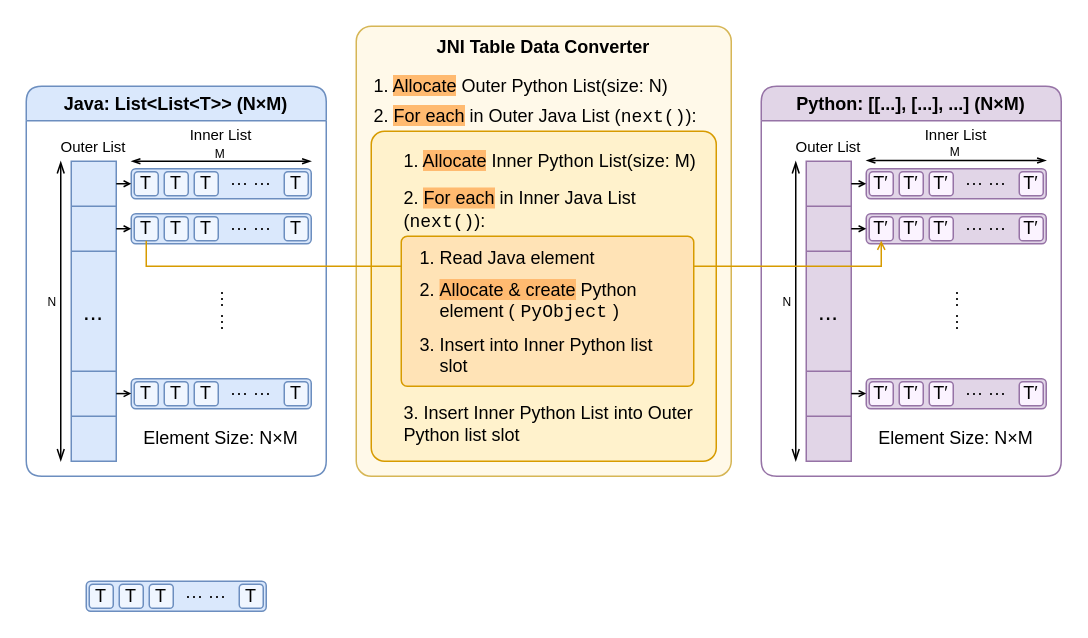
This is page "old-java-python-jni" (3 of 14) of grad.drawio from shinyano/drawio, a draw.io file, before an edit. Source tidied: cells renumbered, new cells numbered last; positions are measured from the earlier drawing's top-left corner, leaving out a move shared by most shapes. Both pictures are drawn from the tidied source at 150%, with x=0, y=0 at pixel (26, 26).
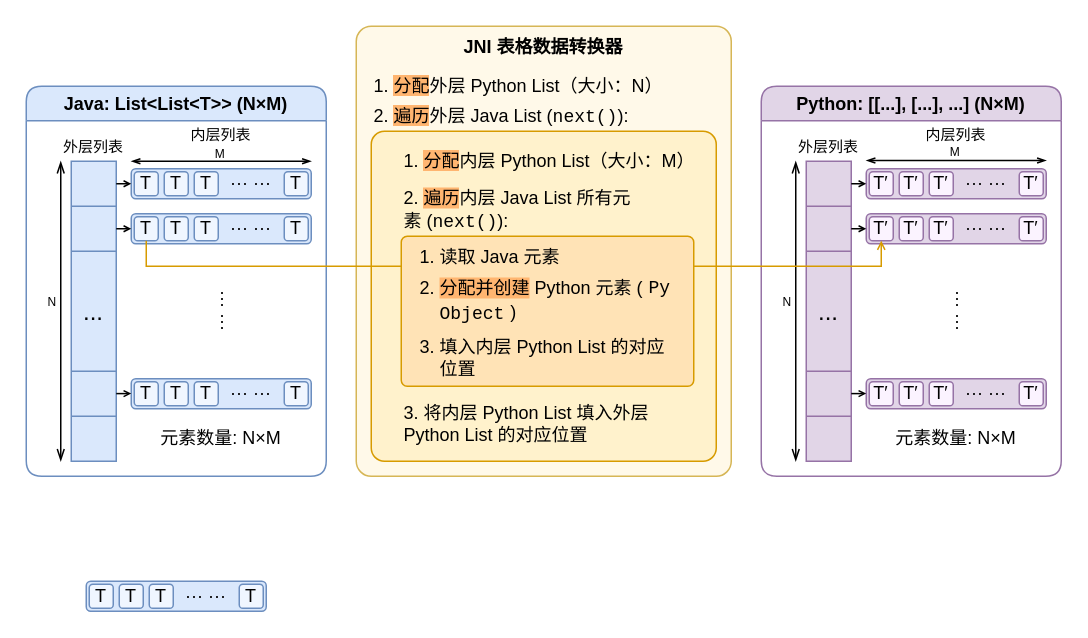
The same diagram, later.

Unchanged cells that the change refers to:
```xml
<mxCell id="3" value="Java: List&amp;lt;List&amp;lt;T&amp;gt;&amp;gt; (N×M)" style="swimlane;whiteSpace=wrap;html=1;rounded=1;fillColor=#dae8fc;strokeColor=#6c8ebf;shadow=0;glass=0;gradientColor=none;swimlaneFillColor=default;fontFamily=Helvetica;" parent="1" vertex="1">
  <mxGeometry y="40" width="200" height="260" as="geometry" />
</mxCell>
<mxCell id="54" value="Python: [[...], [...], ...] (N×M)" style="swimlane;whiteSpace=wrap;html=1;rounded=1;fillColor=#e1d5e7;strokeColor=#9673a6;shadow=0;glass=0;swimlaneFillColor=default;fontFamily=Helvetica;" parent="1" vertex="1">
  <mxGeometry x="490" y="40" width="200" height="260" as="geometry" />
</mxCell>
```

Change to the diagram source:
```diff
@@
-    <mxCell id="2" value="JNI Table Data Converter" style="rounded=1;whiteSpace=wrap;html=1;arcSize=4;verticalAlign=top;fontStyle=1;fillColor=#FFF9E9;strokeColor=#d6b656;align=center;fontFamily=Helvetica;fontSize=12;fontColor=default;" parent="1" vertex="1">
+    <mxCell id="2" value="JNI 表格数据转换器" style="rounded=1;whiteSpace=wrap;html=1;arcSize=4;verticalAlign=top;fontStyle=1;fillColor=#FFF9E9;strokeColor=#d6b656;align=center;fontFamily=Helvetica;fontSize=12;fontColor=default;" parent="1" vertex="1">
       <mxGeometry x="220" width="250" height="300" as="geometry" />
     </mxCell>
@@
-    <mxCell id="17" value="Outer List" style="text;html=1;whiteSpace=wrap;strokeColor=none;fillColor=none;align=center;verticalAlign=middle;rounded=0;fontSize=10;fontFamily=Helvetica;" parent="3" vertex="1">
+    <mxCell id="17" value="外层列表" style="text;html=1;whiteSpace=wrap;strokeColor=none;fillColor=none;align=center;verticalAlign=middle;rounded=0;fontSize=10;fontFamily=Helvetica;" parent="3" vertex="1">
       <mxGeometry x="20" y="30" width="50" height="20" as="geometry" />
     </mxCell>
@@
-    <mxCell id="42" value="Inner List" style="text;html=1;whiteSpace=wrap;strokeColor=none;fillColor=none;align=center;verticalAlign=middle;rounded=0;fontSize=10;" parent="3" vertex="1">
+    <mxCell id="42" value="内层列表" style="text;html=1;whiteSpace=wrap;strokeColor=none;fillColor=none;align=center;verticalAlign=middle;rounded=0;fontSize=10;" parent="3" vertex="1">
       <mxGeometry x="105" y="22" width="50" height="20" as="geometry" />
     </mxCell>
@@
-    <mxCell id="44" value="Element Size: N×M" style="text;html=1;whiteSpace=wrap;strokeColor=none;fillColor=none;align=center;verticalAlign=middle;rounded=0;" parent="3" vertex="1">
+    <mxCell id="44" value="元素数量: N×M" style="text;html=1;whiteSpace=wrap;strokeColor=none;fillColor=none;align=center;verticalAlign=middle;rounded=0;" parent="3" vertex="1">
       <mxGeometry x="60" y="220" width="140" height="30" as="geometry" />
     </mxCell>
@@
-    <mxCell id="68" value="Outer List" style="text;html=1;whiteSpace=wrap;strokeColor=none;fillColor=none;align=center;verticalAlign=middle;rounded=0;fontSize=10;fontFamily=Helvetica;" parent="54" vertex="1">
+    <mxCell id="68" value="外层列表" style="text;html=1;whiteSpace=wrap;strokeColor=none;fillColor=none;align=center;verticalAlign=middle;rounded=0;fontSize=10;fontFamily=Helvetica;" parent="54" vertex="1">
       <mxGeometry x="20" y="30" width="50" height="20" as="geometry" />
     </mxCell>
@@
-    <mxCell id="93" value="Inner List" style="text;html=1;whiteSpace=wrap;strokeColor=none;fillColor=none;align=center;verticalAlign=middle;rounded=0;fontSize=10;" parent="54" vertex="1">
+    <mxCell id="93" value="内层列表" style="text;html=1;whiteSpace=wrap;strokeColor=none;fillColor=none;align=center;verticalAlign=middle;rounded=0;fontSize=10;" parent="54" vertex="1">
       <mxGeometry x="105" y="22" width="50" height="20" as="geometry" />
     </mxCell>
@@
-    <mxCell id="95" value="Element Size: N×M" style="text;html=1;whiteSpace=wrap;strokeColor=none;fillColor=none;align=center;verticalAlign=middle;rounded=0;" parent="54" vertex="1">
+    <mxCell id="95" value="元素数量: N×M" style="text;html=1;whiteSpace=wrap;strokeColor=none;fillColor=none;align=center;verticalAlign=middle;rounded=0;" parent="54" vertex="1">
       <mxGeometry x="60" y="220" width="140" height="30" as="geometry" />
     </mxCell>
@@
-    <mxCell id="98" value="2. &lt;span style=&quot;background-color: light-dark(rgb(255, 186, 112), rgb(255, 186, 112));&quot;&gt;For each&lt;/span&gt; in Outer Java List (&lt;font face=&quot;Courier New&quot;&gt;next()&lt;/font&gt;):" style="rounded=1;whiteSpace=wrap;html=1;arcSize=4;labelPosition=center;verticalLabelPosition=top;align=left;verticalAlign=bottom;fillColor=#FFF2CC;strokeColor=#d79b00;" parent="1" vertex="1">
+    <mxCell id="98" value="2. &lt;span style=&quot;background-color: rgb(255, 181, 112);&quot;&gt;遍历&lt;/span&gt;外层 Java List&amp;nbsp;(&lt;font face=&quot;Courier New&quot;&gt;next()&lt;/font&gt;):" style="rounded=1;whiteSpace=wrap;html=1;arcSize=4;labelPosition=center;verticalLabelPosition=top;align=left;verticalAlign=bottom;fillColor=#FFF2CC;strokeColor=#d79b00;" parent="1" vertex="1">
       <mxGeometry x="230" y="70" width="230" height="220" as="geometry" />
     </mxCell>
-    <mxCell id="99" value="1. &lt;span style=&quot;background-color: light-dark(rgb(255, 186, 112), rgb(255, 186, 112));&quot;&gt;Allocate&lt;/span&gt;&amp;nbsp;Inner Python List(size: M)" style="text;html=1;whiteSpace=wrap;strokeColor=none;fillColor=none;align=left;verticalAlign=middle;rounded=0;" parent="1" vertex="1">
+    <mxCell id="99" value="1. &lt;span style=&quot;background-color: rgb(255, 181, 112);&quot;&gt;分配&lt;/span&gt;内层 Python List（大小：M）" style="text;html=1;whiteSpace=wrap;strokeColor=none;fillColor=none;align=left;verticalAlign=middle;rounded=0;" parent="1" vertex="1">
       <mxGeometry x="250" y="75" width="200" height="30" as="geometry" />
     </mxCell>
-    <mxCell id="100" value="1. &lt;font style=&quot;background-color: light-dark(rgb(255, 186, 112), rgb(255, 186, 112));&quot;&gt;Allocate&lt;/font&gt;&amp;nbsp;Outer Python List(size: N)" style="text;html=1;whiteSpace=wrap;strokeColor=none;fillColor=none;align=left;verticalAlign=middle;rounded=0;" parent="1" vertex="1">
+    <mxCell id="100" value="1. &lt;span style=&quot;background-color: rgb(255, 181, 112);&quot;&gt;分配&lt;/span&gt;外层 Python List（大小：N）" style="text;html=1;whiteSpace=wrap;strokeColor=none;fillColor=none;align=left;verticalAlign=middle;rounded=0;" parent="1" vertex="1">
       <mxGeometry x="230" y="25" width="210" height="30" as="geometry" />
     </mxCell>
@@
-    <mxCell id="102" value="2. &lt;span style=&quot;background-color: light-dark(rgb(255, 186, 112), rgb(255, 186, 112));&quot;&gt;For each&lt;/span&gt; in Inner Java List (&lt;font face=&quot;Courier New&quot;&gt;next()&lt;/font&gt;):" style="rounded=1;whiteSpace=wrap;html=1;arcSize=4;labelPosition=center;verticalLabelPosition=top;align=left;verticalAlign=bottom;fillColor=#FFE3B6;strokeColor=#d79b00;" parent="1" vertex="1">
+    <mxCell id="102" value="2. &lt;span style=&quot;background-color: rgb(255, 181, 112);&quot;&gt;遍历&lt;/span&gt;内层 Java List 所有元素&amp;nbsp;(&lt;font face=&quot;Courier New&quot;&gt;next()&lt;/font&gt;):" style="rounded=1;whiteSpace=wrap;html=1;arcSize=4;labelPosition=center;verticalLabelPosition=top;align=left;verticalAlign=bottom;fillColor=#FFE3B6;strokeColor=#d79b00;" parent="1" vertex="1">
       <mxGeometry x="250" y="140" width="195" height="100" as="geometry" />
     </mxCell>
-    <mxCell id="103" value="&lt;ol class=&quot;list-inside list-decimal whitespace-normal [li_&amp;amp;]:pl-6&quot; style=&quot;padding-left: 2em; margin-bottom: 0px; display: flex !important; flex-direction: column !important; gap: 6px !important; margin-top: 6px !important; margin-right: 0px !important; margin-left: 0px !important;&quot;&gt;&lt;li class=&quot;py-1 [&amp;amp;&amp;gt;p]:inline&quot; style=&quot;padding-block: 4px; padding: 0px !important;&quot;&gt;&lt;span class=&quot;font-semibold&quot; style=&quot;--tw-font-weight: 600;&quot;&gt;&lt;font&gt;Read Java element&lt;/font&gt;&lt;/span&gt;&lt;/li&gt;&lt;li class=&quot;py-1 [&amp;amp;&amp;gt;p]:inline&quot; style=&quot;padding-block: 4px; padding: 0px !important;&quot;&gt;&lt;span class=&quot;font-semibold&quot; style=&quot;--tw-font-weight: 600;&quot;&gt;&lt;font&gt;&lt;span style=&quot;background-color: light-dark(rgb(255, 186, 112), rgb(255, 186, 112));&quot;&gt;Allocate &amp;amp; create&lt;/span&gt; Python element (&lt;code class=&quot;&quot; style=&quot;padding: 1.5px 4px; border-radius: 5px; line-height: 1.4; word-break: break-all;&quot;&gt;&lt;font face=&quot;Courier New&quot;&gt;PyObject&lt;/font&gt;&lt;/code&gt;)&lt;/font&gt;&lt;/span&gt;&lt;/li&gt;&lt;li class=&quot;py-1 [&amp;amp;&amp;gt;p]:inline&quot; style=&quot;padding-block: 4px; padding: 0px !important;&quot;&gt;&lt;span class=&quot;font-semibold&quot; style=&quot;--tw-font-weight: 600;&quot;&gt;&lt;font&gt;Insert into Inner Python list slot&lt;/font&gt;&lt;/span&gt;&lt;/li&gt;&lt;/ol&gt;" style="text;html=1;whiteSpace=wrap;strokeColor=none;fillColor=none;align=left;verticalAlign=middle;rounded=0;fontFamily=Helvetica;fontStyle=0;labelBackgroundColor=none;fontColor=#000000;" parent="1" vertex="1">
+    <mxCell id="103" value="&lt;ol class=&quot;list-inside list-decimal whitespace-normal [li_&amp;amp;]:pl-6&quot; style=&quot;padding-left: 2em; margin-bottom: 0px; display: flex !important; flex-direction: column !important; gap: 6px !important; margin-top: 6px !important; margin-right: 0px !important; margin-left: 0px !important;&quot;&gt;&lt;li class=&quot;py-1 [&amp;amp;&amp;gt;p]:inline&quot; style=&quot;padding-block: 4px; padding: 0px !important;&quot;&gt;&lt;span class=&quot;font-semibold&quot; style=&quot;--tw-font-weight: 600;&quot;&gt;&lt;font&gt;读取 Java 元素&lt;/font&gt;&lt;/span&gt;&lt;/li&gt;&lt;li class=&quot;py-1 [&amp;amp;&amp;gt;p]:inline&quot; style=&quot;padding-block: 4px; padding: 0px !important;&quot;&gt;&lt;span class=&quot;font-semibold&quot; style=&quot;--tw-font-weight: 600;&quot;&gt;&lt;font&gt;&lt;span style=&quot;background-color: rgb(255, 181, 112);&quot;&gt;分配并创建&lt;/span&gt; Python 元素&amp;nbsp;(&lt;code class=&quot;&quot; style=&quot;padding: 1.5px 4px; border-radius: 5px; line-height: 1.4; word-break: break-all;&quot;&gt;&lt;font face=&quot;Courier New&quot;&gt;PyObject&lt;/font&gt;&lt;/code&gt;)&lt;/font&gt;&lt;/span&gt;&lt;/li&gt;&lt;li class=&quot;py-1 [&amp;amp;&amp;gt;p]:inline&quot; style=&quot;padding-block: 4px; padding: 0px !important;&quot;&gt;&lt;span class=&quot;font-semibold&quot; style=&quot;--tw-font-weight: 600;&quot;&gt;&lt;font&gt;填入内层 Python List 的对应位置&lt;/font&gt;&lt;/span&gt;&lt;/li&gt;&lt;/ol&gt;" style="text;html=1;whiteSpace=wrap;strokeColor=none;fillColor=none;align=left;verticalAlign=middle;rounded=0;fontFamily=Helvetica;fontStyle=0;labelBackgroundColor=none;fontColor=#000000;" parent="1" vertex="1">
       <mxGeometry x="250" y="135" width="180" height="105" as="geometry" />
     </mxCell>
-    <mxCell id="104" value="&lt;span style=&quot;background-color: transparent; color: light-dark(rgb(0, 0, 0), rgb(255, 255, 255));&quot;&gt;3. Insert&amp;nbsp;&lt;/span&gt;Inner Python List&lt;span style=&quot;background-color: transparent; color: light-dark(rgb(0, 0, 0), rgb(255, 255, 255));&quot;&gt;&amp;nbsp;into Outer Python list slot&lt;/span&gt;" style="text;html=1;whiteSpace=wrap;strokeColor=none;fillColor=none;align=left;verticalAlign=middle;rounded=0;" parent="1" vertex="1">
+    <mxCell id="104" value="&lt;span style=&quot;background-color: transparent; color: light-dark(rgb(0, 0, 0), rgb(255, 255, 255));&quot;&gt;3.&amp;nbsp;&lt;/span&gt;将内层 Python List 填入外层 Python List 的对应位置" style="text;html=1;whiteSpace=wrap;strokeColor=none;fillColor=none;align=left;verticalAlign=middle;rounded=0;" parent="1" vertex="1">
       <mxGeometry x="250" y="250" width="195" height="30" as="geometry" />
     </mxCell>
```
